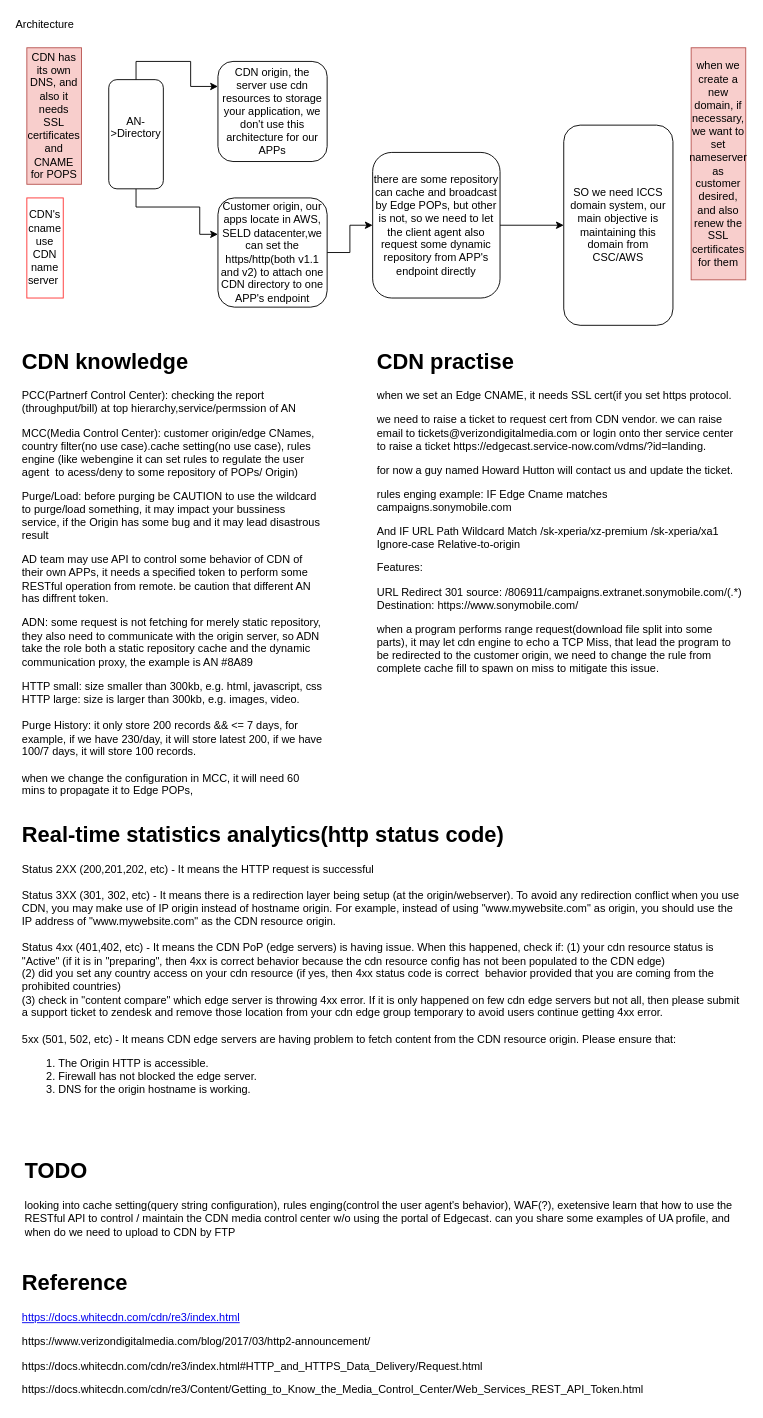
Above: CDN learning.drawio in anoyo-lin/domain-cdn-learning (draw.io), before the change. Source tidied: cells renumbered, new cells numbered last; positions are measured from the earlier drawing's top-left corner, leaving out a move shared by most shapes. Both pictures are drawn from the tidied source at 91%, with x=0, y=0 at pixel (17, 15).
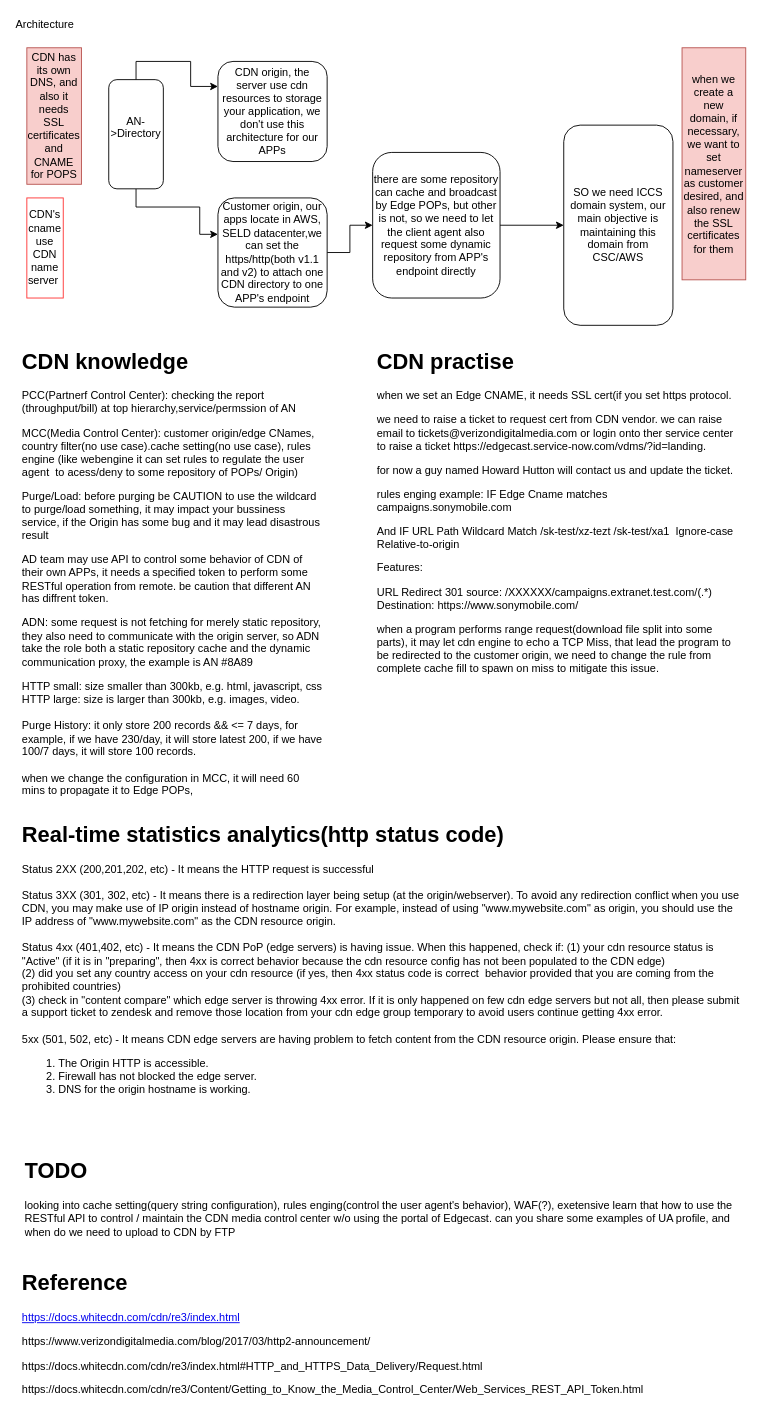
The same diagram, later.

Change to the diagram source:
```diff
@@
     <mxCell id="14" value="when we create a new domain, if necessary, we want to set nameserver as customer desired, and also renew the SSL certificates for them" style="rounded=0;whiteSpace=wrap;html=1;strokeColor=#b85450;fillColor=#f8cecc;" parent="1" vertex="1">
-      <mxGeometry x="740" y="35" width="60" height="255" as="geometry" />
+      <mxGeometry x="730" y="35" width="70" height="255" as="geometry" />
     </mxCell>
@@
-    <mxCell id="16" value="&lt;h1&gt;CDN practise&lt;/h1&gt;&lt;p&gt;when we set an Edge CNAME, it needs SSL cert(if you set https protocol.&lt;/p&gt;&lt;p&gt;we need to raise a ticket to request cert from CDN vendor. we can raise email to&amp;nbsp;tickets@verizondigitalmedia.com or login onto ther service center to raise a ticket&amp;nbsp;https://edgecast.service-now.com/vdms/?id=landing.&lt;/p&gt;&lt;p&gt;for now a guy named Howard Hutton will contact us and update the ticket.&lt;/p&gt;&lt;p&gt;rules enging example:&amp;nbsp;&lt;span&gt;IF Edge Cname matches campaigns.sonymobile.com&amp;nbsp;&lt;/span&gt;&lt;/p&gt;&lt;p&gt;And IF URL Path Wildcard Match /sk-xperia/xz-premium /sk-xperia/xa1&amp;nbsp; Ignore-case Relative-to-origin&amp;nbsp;&lt;/p&gt;&lt;p&gt;Features:&amp;nbsp;&lt;/p&gt;&lt;p&gt;URL Redirect 301 source: /806911/campaigns.extranet.sonymobile.com/(.*) Destination: https://www.sonymobile.com/&lt;/p&gt;&lt;p&gt;when a program performs range request(download file split into some parts), it may let cdn engine to echo a TCP Miss, that lead the program to be redirected to the customer origin, we need to change the rule from complete cache fill to spawn on miss to mitigate this issue.&lt;/p&gt;&lt;p&gt;&lt;br&gt;&lt;/p&gt;" style="text;html=1;strokeColor=none;fillColor=none;spacing=5;spacingTop=-20;whiteSpace=wrap;overflow=hidden;rounded=0;" parent="1" vertex="1">
+    <mxCell id="16" value="&lt;h1&gt;CDN practise&lt;/h1&gt;&lt;p&gt;when we set an Edge CNAME, it needs SSL cert(if you set https protocol.&lt;/p&gt;&lt;p&gt;we need to raise a ticket to request cert from CDN vendor. we can raise email to&amp;nbsp;tickets@verizondigitalmedia.com or login onto ther service center to raise a ticket&amp;nbsp;https://edgecast.service-now.com/vdms/?id=landing.&lt;/p&gt;&lt;p&gt;for now a guy named Howard Hutton will contact us and update the ticket.&lt;/p&gt;&lt;p&gt;rules enging example:&amp;nbsp;&lt;span&gt;IF Edge Cname matches campaigns.sonymobile.com&amp;nbsp;&lt;/span&gt;&lt;/p&gt;&lt;p&gt;And IF URL Path Wildcard Match /sk-test/xz-tezt /sk-test/xa1&amp;nbsp; Ignore-case Relative-to-origin&amp;nbsp;&lt;/p&gt;&lt;p&gt;Features:&amp;nbsp;&lt;/p&gt;&lt;p&gt;URL Redirect 301 source: /XXXXXX/campaigns.extranet.test.com/(.*) Destination: https://www.sonymobile.com/&lt;/p&gt;&lt;p&gt;when a program performs range request(download file split into some parts), it may let cdn engine to echo a TCP Miss, that lead the program to be redirected to the customer origin, we need to change the rule from complete cache fill to spawn on miss to mitigate this issue.&lt;/p&gt;&lt;p&gt;&lt;br&gt;&lt;/p&gt;" style="text;html=1;strokeColor=none;fillColor=none;spacing=5;spacingTop=-20;whiteSpace=wrap;overflow=hidden;rounded=0;" parent="1" vertex="1">
       <mxGeometry x="390" y="360" width="410" height="520" as="geometry" />
     </mxCell>
```
